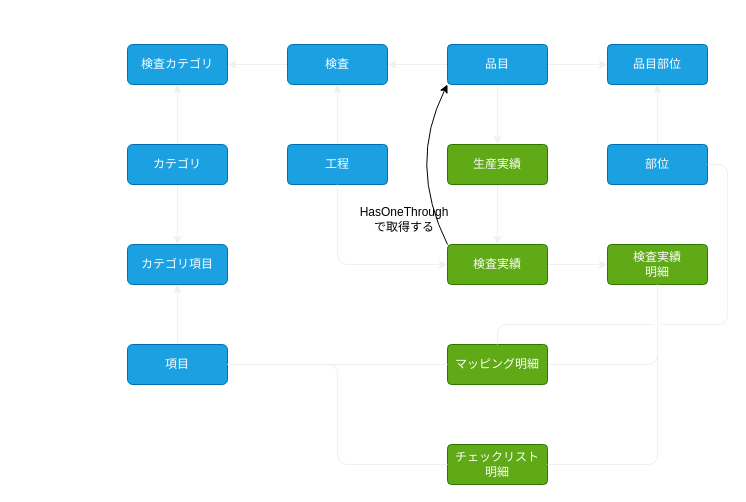
The draw.io diagram docs/draw.io/er.dio in sagawa3104/laravel9-practice, before the edit. Source tidied: cells renumbered, new cells numbered last; positions are measured from the earlier drawing's top-left corner, leaving out a move shared by most shapes. Both pictures are drawn from the tidied source at 100%, with x=0, y=0 at pixel (127, 44).
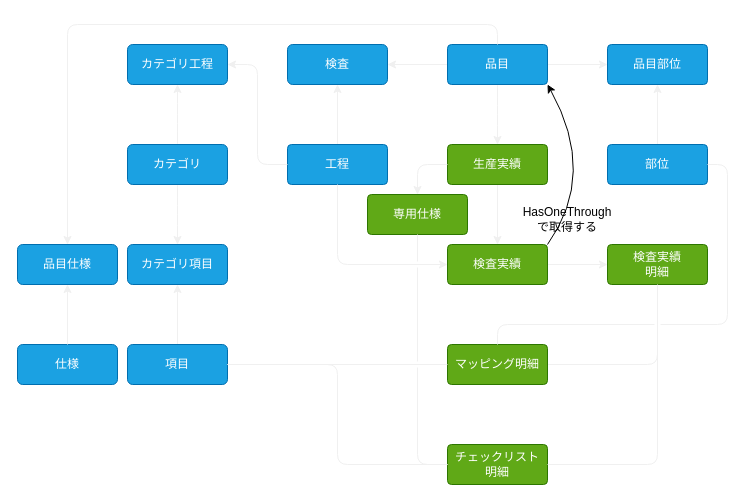
The same page after the edit.

Commit message:
リレーション案修正

Unchanged cells that the change refers to:
```xml
<mxCell id="3" value="工程" style="rounded=1;arcSize=10;whiteSpace=wrap;html=1;align=center;fillColor=#1ba1e2;fontColor=#ffffff;strokeColor=#006EAF;" parent="1" vertex="1">
  <mxGeometry x="160" y="100" width="100" height="40" as="geometry" />
</mxCell>
<mxCell id="7" value="品目" style="rounded=1;arcSize=10;whiteSpace=wrap;html=1;align=center;fillColor=#1ba1e2;fontColor=#ffffff;strokeColor=#006EAF;" parent="1" vertex="1">
  <mxGeometry x="320" width="100" height="40" as="geometry" />
</mxCell>
<mxCell id="12" value="検査" style="rounded=1;arcSize=13;whiteSpace=wrap;html=1;align=center;fillColor=#1ba1e2;fontColor=#ffffff;strokeColor=#006EAF;" parent="1" vertex="1">
  <mxGeometry x="160" width="100" height="40" as="geometry" />
</mxCell>
<mxCell id="14" value="生産実績" style="rounded=1;arcSize=10;whiteSpace=wrap;html=1;align=center;fillColor=#60a917;fontColor=#ffffff;strokeColor=#2D7600;" parent="1" vertex="1">
  <mxGeometry x="320" y="100" width="100" height="40" as="geometry" />
</mxCell>
<mxCell id="22" value="検査実績" style="rounded=1;arcSize=10;whiteSpace=wrap;html=1;align=center;fillColor=#60a917;fontColor=#ffffff;strokeColor=#2D7600;" parent="1" vertex="1">
  <mxGeometry x="320" y="200" width="100" height="40" as="geometry" />
</mxCell>
<mxCell id="28" value="チェックリスト&lt;br&gt;明細" style="rounded=1;arcSize=10;whiteSpace=wrap;html=1;align=center;fillColor=#60a917;fontColor=#ffffff;strokeColor=#2D7600;" parent="1" vertex="1">
  <mxGeometry x="320" y="400" width="100" height="40" as="geometry" />
</mxCell>
```

What changed in the source:
```diff
@@
-    <mxCell id="11" style="edgeStyle=orthogonalEdgeStyle;html=1;entryX=1;entryY=0.5;entryDx=0;entryDy=0;strokeColor=#F0F0F0;exitX=0;exitY=0.5;exitDx=0;exitDy=0;" parent="1" edge="1" source="12" target="20">
+    <mxCell id="11" style="edgeStyle=orthogonalEdgeStyle;html=1;entryX=1;entryY=0.5;entryDx=0;entryDy=0;strokeColor=#F0F0F0;exitX=0;exitY=0.5;exitDx=0;exitDy=0;" parent="1" edge="1" source="3" target="20">
       <mxGeometry relative="1" as="geometry" />
     </mxCell>
@@
-    <mxCell id="20" value="検査カテゴリ" style="rounded=1;arcSize=13;whiteSpace=wrap;html=1;align=center;fillColor=#1ba1e2;fontColor=#ffffff;strokeColor=#006EAF;" parent="1" vertex="1">
+    <mxCell id="20" value="カテゴリ工程" style="rounded=1;arcSize=13;whiteSpace=wrap;html=1;align=center;fillColor=#1ba1e2;fontColor=#ffffff;strokeColor=#006EAF;" parent="1" vertex="1">
       <mxGeometry width="100" height="40" as="geometry" />
     </mxCell>
@@
     <mxCell id="33" value="HasOneThrough&lt;br&gt;で取得する" style="text;html=1;strokeColor=none;fillColor=none;align=center;verticalAlign=middle;whiteSpace=wrap;rounded=0;" parent="1" vertex="1">
-      <mxGeometry x="220" y="160" width="114" height="30" as="geometry" />
+      <mxGeometry x="383" y="160" width="114" height="30" as="geometry" />
     </mxCell>
-    <mxCell id="34" style="curved=1;endArrow=classic;html=1;entryX=0;entryY=1;entryDx=0;entryDy=0;" parent="1" edge="1" target="7">
+    <mxCell id="34" style="curved=1;endArrow=classic;html=1;entryX=1;entryY=1;entryDx=0;entryDy=0;exitX=1;exitY=0;exitDx=0;exitDy=0;" parent="1" edge="1" source="22" target="7">
       <mxGeometry relative="1" as="geometry">
-        <mxPoint x="320" y="200" as="sourcePoint" />
         <Array as="points">
-          <mxPoint x="280" y="120" />
+          <mxPoint x="470" y="130" />
         </Array>
       </mxGeometry>
     </mxCell>
+    <mxCell id="35" value="専用仕様" style="rounded=1;arcSize=10;whiteSpace=wrap;html=1;align=center;fillColor=#60a917;fontColor=#ffffff;strokeColor=#2D7600;" parent="1" vertex="1">
+      <mxGeometry x="240" y="150" width="100" height="40" as="geometry" />
+    </mxCell>
+    <mxCell id="36" style="edgeStyle=orthogonalEdgeStyle;html=1;strokeColor=#F0F0F0;entryX=0.5;entryY=0;entryDx=0;entryDy=0;exitX=0;exitY=0.5;exitDx=0;exitDy=0;" parent="1" edge="1" source="14" target="35">
+      <mxGeometry relative="1" as="geometry" />
+    </mxCell>
+    <mxCell id="37" style="edgeStyle=orthogonalEdgeStyle;html=1;strokeColor=#F0F0F0;entryX=0;entryY=0.5;entryDx=0;entryDy=0;exitX=0.5;exitY=1;exitDx=0;exitDy=0;endArrow=none;endFill=0;jumpStyle=gap;" parent="1" edge="1" source="35" target="28">
+      <mxGeometry relative="1" as="geometry" />
+    </mxCell>
+    <mxCell id="38" value="仕様" style="rounded=1;arcSize=13;whiteSpace=wrap;html=1;align=center;fillColor=#1ba1e2;fontColor=#ffffff;strokeColor=#006EAF;" parent="1" vertex="1">
+      <mxGeometry x="-110" y="300" width="100" height="40" as="geometry" />
+    </mxCell>
+    <mxCell id="39" value="品目仕様" style="rounded=1;arcSize=13;whiteSpace=wrap;html=1;align=center;fillColor=#1ba1e2;fontColor=#ffffff;strokeColor=#006EAF;" parent="1" vertex="1">
+      <mxGeometry x="-110" y="200" width="100" height="40" as="geometry" />
+    </mxCell>
+    <mxCell id="40" style="edgeStyle=orthogonalEdgeStyle;rounded=1;jumpStyle=gap;html=1;strokeColor=#F0F0F0;entryX=0.5;entryY=1;entryDx=0;entryDy=0;exitX=0.5;exitY=0;exitDx=0;exitDy=0;" parent="1" edge="1" source="38" target="39">
+      <mxGeometry relative="1" as="geometry" />
+    </mxCell>
+    <mxCell id="41" style="edgeStyle=orthogonalEdgeStyle;html=1;strokeColor=#F0F0F0;exitX=0.5;exitY=0;exitDx=0;exitDy=0;entryX=0.5;entryY=0;entryDx=0;entryDy=0;" parent="1" edge="1" source="7" target="39">
+      <mxGeometry relative="1" as="geometry">
+        <Array as="points">
+          <mxPoint x="370" y="-20" />
+          <mxPoint x="-60" y="-20" />
+        </Array>
+      </mxGeometry>
+    </mxCell>
```
